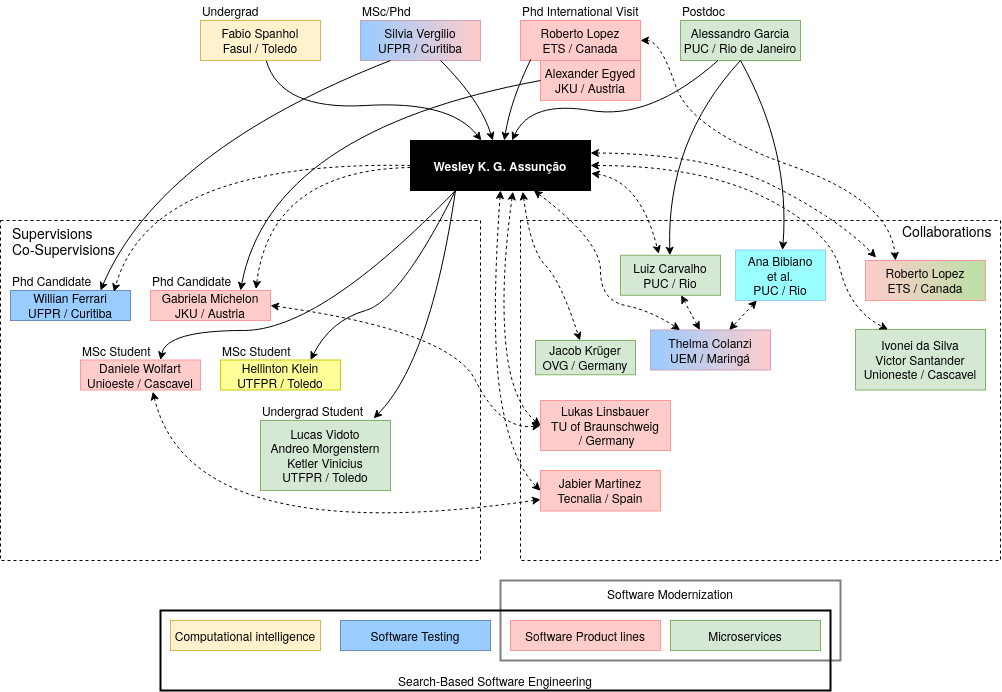
This is img/supervisions_collaborations.png from wesleyklewerton/wesleyklewerton.github.io, a draw.io export, as it was before one commit. Source tidied: cells renumbered, new cells last; positions are measured from the earlier drawing's top-left corner, leaving out a move shared by most shapes.
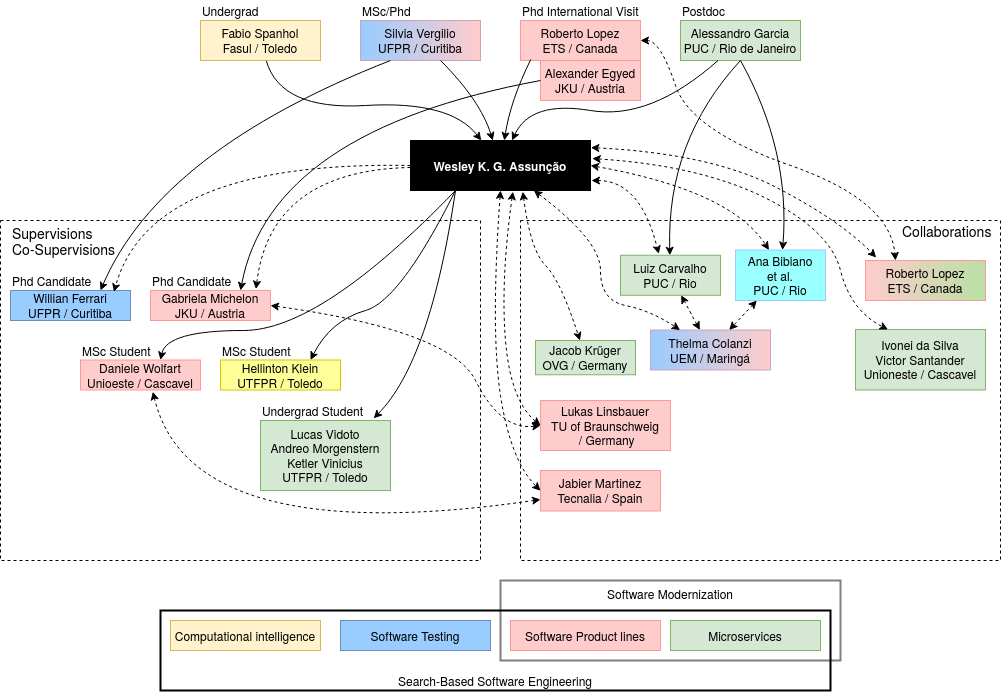
The same file after the commit.

Change to the diagram source:
```diff
@@ -199,8 +199,9 @@
         </Array>
       </mxGeometry>
     </mxCell>
-    <mxCell id="50" style="curved=1;endArrow=classic;html=1;fontColor=#FFFFFF;dashed=1;entryX=0.382;entryY=-0.033;entryDx=0;entryDy=0;entryPerimeter=0;exitX=1.004;exitY=0.657;exitDx=0;exitDy=0;startArrow=classic;startFill=1;exitPerimeter=0;" parent="1" edge="1" source="8" target="47">
+    <mxCell id="50" style="curved=1;endArrow=classic;html=1;fontColor=#FFFFFF;dashed=1;entryX=0.382;entryY=-0.033;entryDx=0;entryDy=0;entryPerimeter=0;startArrow=classic;startFill=1;" parent="1" edge="1" target="47">
       <mxGeometry relative="1" as="geometry">
+        <mxPoint x="591" y="180" as="sourcePoint" />
         <Array as="points">
           <mxPoint x="640" y="180" />
         </Array>
@@ -256,7 +257,7 @@
         </Array>
       </mxGeometry>
     </mxCell>
-    <mxCell id="62" style="curved=1;endArrow=classic;html=1;fontColor=#FFFFFF;dashed=1;entryX=0.25;entryY=0;entryDx=0;entryDy=0;startArrow=classic;startFill=1;" parent="1" edge="1" source="8" target="55">
+    <mxCell id="62" style="curved=1;endArrow=classic;html=1;fontColor=#FFFFFF;dashed=1;entryX=0.25;entryY=0;entryDx=0;entryDy=0;startArrow=classic;startFill=1;exitX=1.01;exitY=0.361;exitDx=0;exitDy=0;exitPerimeter=0;" parent="1" edge="1" source="8" target="55">
       <mxGeometry relative="1" as="geometry">
         <Array as="points">
           <mxPoint x="700" y="165" />
@@ -265,7 +266,7 @@
         </Array>
       </mxGeometry>
     </mxCell>
-    <mxCell id="63" style="curved=1;endArrow=classic;html=1;fontColor=#FFFFFF;dashed=1;entryX=0.089;entryY=-0.075;entryDx=0;entryDy=0;startArrow=classic;startFill=1;exitX=1;exitY=0.25;exitDx=0;exitDy=0;entryPerimeter=0;" parent="1" edge="1" source="8" target="58">
+    <mxCell id="63" style="curved=1;endArrow=classic;html=1;fontColor=#FFFFFF;dashed=1;entryX=0.089;entryY=-0.075;entryDx=0;entryDy=0;startArrow=classic;startFill=1;exitX=1.002;exitY=0.142;exitDx=0;exitDy=0;entryPerimeter=0;exitPerimeter=0;" parent="1" edge="1" source="8" target="58">
       <mxGeometry relative="1" as="geometry">
         <Array as="points">
           <mxPoint x="710" y="153" />
@@ -312,5 +313,12 @@
         </Array>
       </mxGeometry>
     </mxCell>
+    <mxCell id="69" style="curved=1;endArrow=classic;html=1;fontColor=#FFFFFF;dashed=1;entryX=0.372;entryY=0;entryDx=0;entryDy=0;startArrow=classic;startFill=1;exitX=1;exitY=0.5;exitDx=0;exitDy=0;entryPerimeter=0;" parent="1" edge="1" source="8" target="57">
+      <mxGeometry relative="1" as="geometry">
+        <Array as="points">
+          <mxPoint x="730" y="190" />
+        </Array>
+      </mxGeometry>
+    </mxCell>
   </root>
 </mxGraphModel>
```
